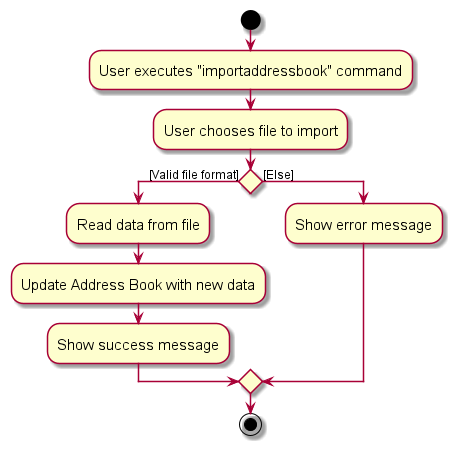
This is docs/images/AddressBookImportActivityDiagram.png from nus-cs2103-AY2324S1/tp, a PlantUML export, as it was before one commit.
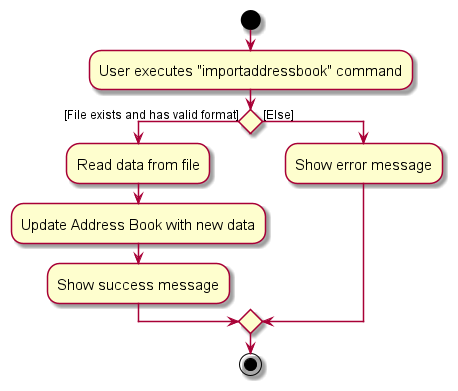
Above is the later version.

Commit message:
Update activity diagram

Diff of the diagram source:
```diff
@@ -4,9 +4,8 @@
 skinparam ArrowFontSize 12
 start
 :User executes "importaddressbook" command;
-:User chooses file to import;
 
-if () then ([Valid file format])
+if () then ([File exists and has valid format])
     :Read data from file;
     :Update Address Book with new data;
     :Show success message;
```
